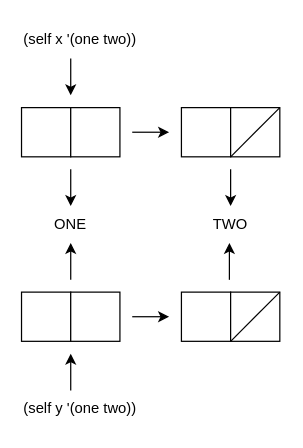
This is docs/images/chapter3/fig-03-02.drawio from norvig/paip-lisp, a draw.io file, before an edit. Source tidied: cells renumbered, new cells numbered last; positions are measured from the earlier drawing's top-left corner, leaving out a move shared by most shapes. Both pictures are drawn from the tidied source at 123%, with x=0, y=0 at pixel (21, 21).
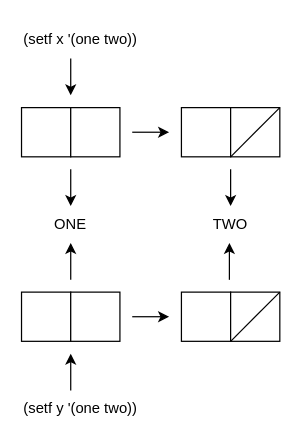
The same diagram, later.

Commit message (it also covers changes not shown here):
fixed `self` to `setf` in a figure

The edit, as a diff of the source:
```diff
@@
-    <mxCell id="20" value="(self x '(one two))" style="text;html=1;strokeColor=none;fillColor=none;align=left;verticalAlign=middle;whiteSpace=wrap;rounded=0;" parent="1" vertex="1">
+    <mxCell id="20" value="(setf x '(one two))" style="text;html=1;strokeColor=none;fillColor=none;align=left;verticalAlign=middle;whiteSpace=wrap;rounded=0;" parent="1" vertex="1">
       <mxGeometry width="110" height="30" as="geometry" />
     </mxCell>
@@
-    <mxCell id="22" value="(self y '(one two))" style="text;html=1;strokeColor=none;fillColor=none;align=left;verticalAlign=middle;whiteSpace=wrap;rounded=0;" parent="1" vertex="1">
+    <mxCell id="22" value="(setf y '(one two))" style="text;html=1;strokeColor=none;fillColor=none;align=left;verticalAlign=middle;whiteSpace=wrap;rounded=0;" parent="1" vertex="1">
       <mxGeometry y="300" width="110" height="30" as="geometry" />
     </mxCell>
```
